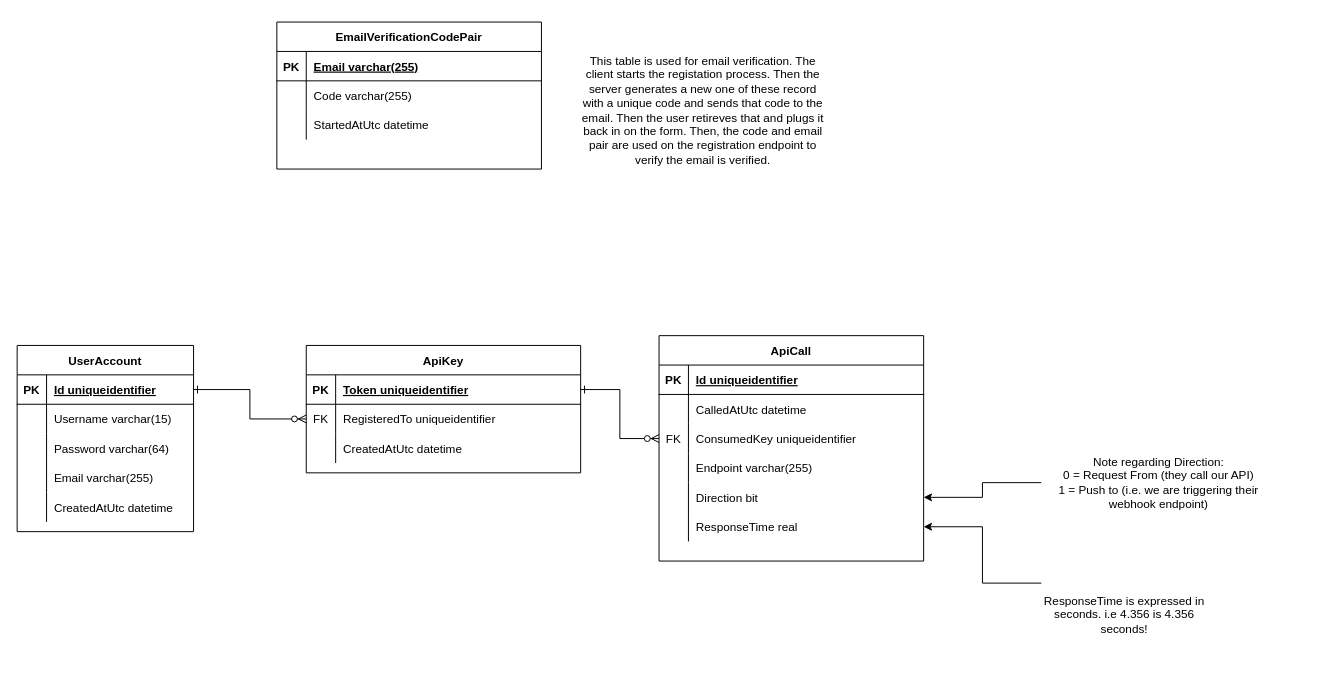
This is page "User-Related" (3 of 3) of AletheiaErd.drawio from TimHanewich/Aletheia-Engine-Library, a draw.io file, before an edit. Source tidied: cells renumbered, new cells numbered last; positions are measured from the earlier drawing's top-left corner, leaving out a move shared by most shapes. Both pictures are drawn from the tidied source at 98%, with x=0, y=0 at pixel (17, 17).
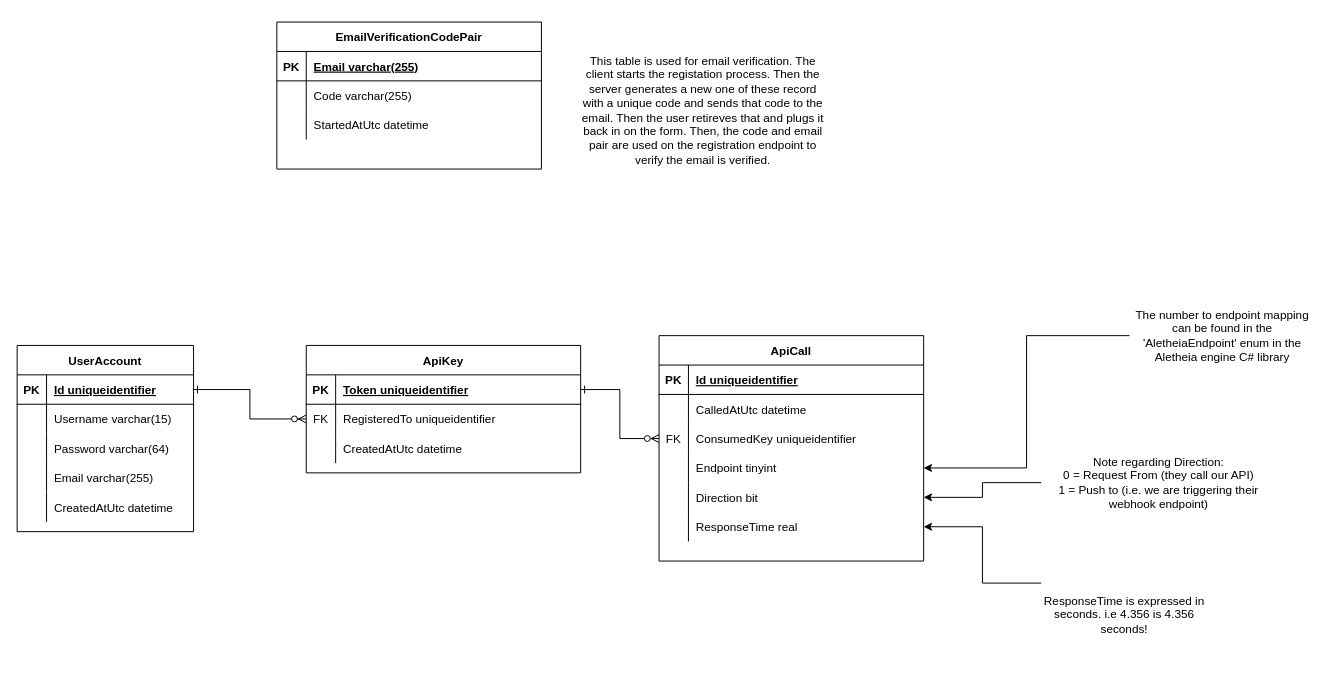
The same diagram, later.

Commit message:
Marked Endpoint column of ApiCall to tinyint in ERD

Unchanged cells that the change refers to:
```xml
<mxCell id="39" style="shape=partialRectangle;fillColor=none;top=0;left=0;bottom=0;right=0;points=[[0,0.5],[1,0.5]];portConstraint=eastwest;" parent="29" vertex="1">
  <mxGeometry y="120" width="270" height="30" as="geometry" />
</mxCell>
```

What changed in the source:
```diff
@@
-    <mxCell id="41" value="Endpoint varchar(255)" style="shape=partialRectangle;fillColor=none;top=0;left=0;bottom=0;right=0;align=left;spacingLeft=6;overflow=hidden;" parent="39" vertex="1">
+    <mxCell id="41" value="Endpoint tinyint" style="shape=partialRectangle;fillColor=none;top=0;left=0;bottom=0;right=0;align=left;spacingLeft=6;overflow=hidden;" parent="39" vertex="1">
       <mxGeometry x="30" width="240" height="30" as="geometry" />
     </mxCell>
@@
+    <mxCell id="64" style="edgeStyle=orthogonalEdgeStyle;rounded=0;jettySize=auto;html=1;exitX=0;exitY=0.5;exitDx=0;exitDy=0;entryX=1;entryY=0.5;entryDx=0;entryDy=0;" parent="1" edge="1" source="65" target="39">
+      <mxGeometry relative="1" as="geometry" />
+    </mxCell>
+    <mxCell id="65" value="The number to endpoint mapping can be found in the 'AletheiaEndpoint' enum in the Aletheia engine C# library" style="text;html=1;strokeColor=none;fillColor=none;align=center;verticalAlign=middle;whiteSpace=wrap;rounded=0;" parent="1" vertex="1">
+      <mxGeometry x="1135" y="265" width="190" height="120" as="geometry" />
+    </mxCell>
```
